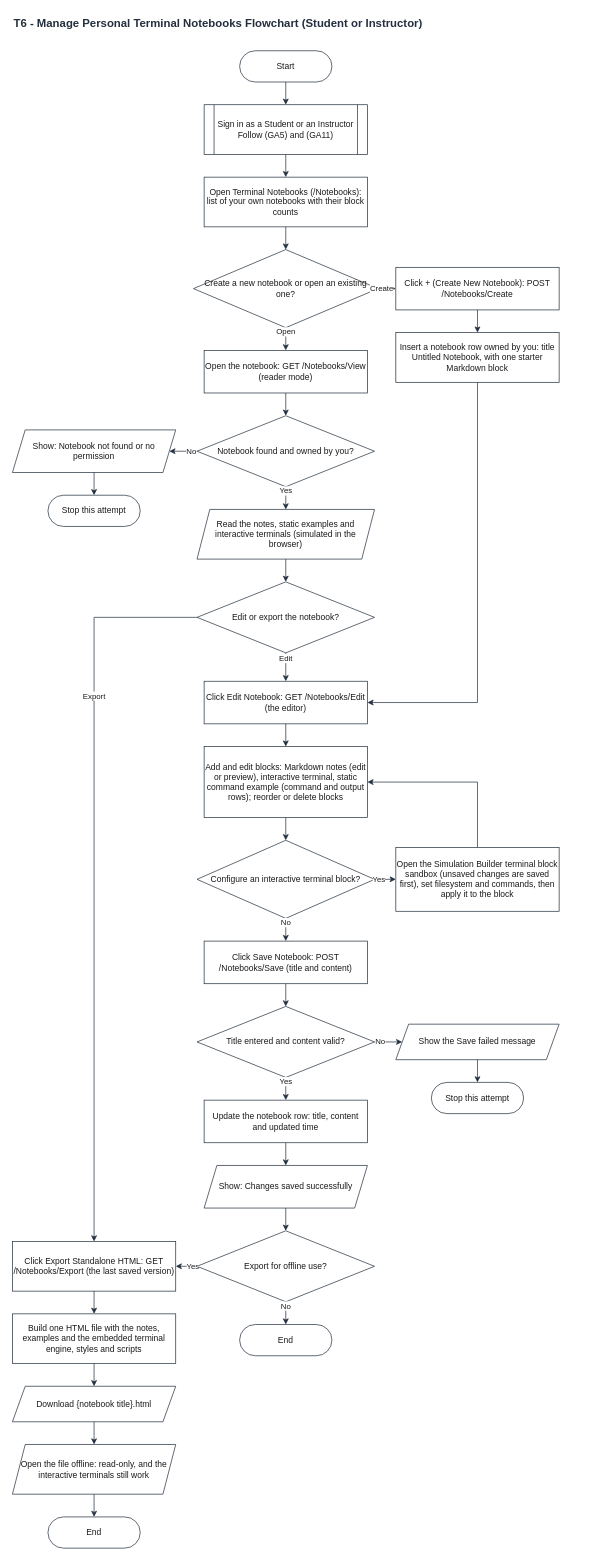
Earlier version of the draw.io diagram UML DIAGRAMS/HackAcad_Terminal_Flowcharts/HackAcad_T6_Manage_Personal_Notebooks.drawio (pikaitoh/HackAcad.Web). Source tidied: cells renumbered, new cells numbered last; positions are measured from the earlier drawing's top-left corner, leaving out a move shared by most shapes. Both pictures are drawn from the tidied source at 71%, with x=0, y=0 at pixel (12, 12).
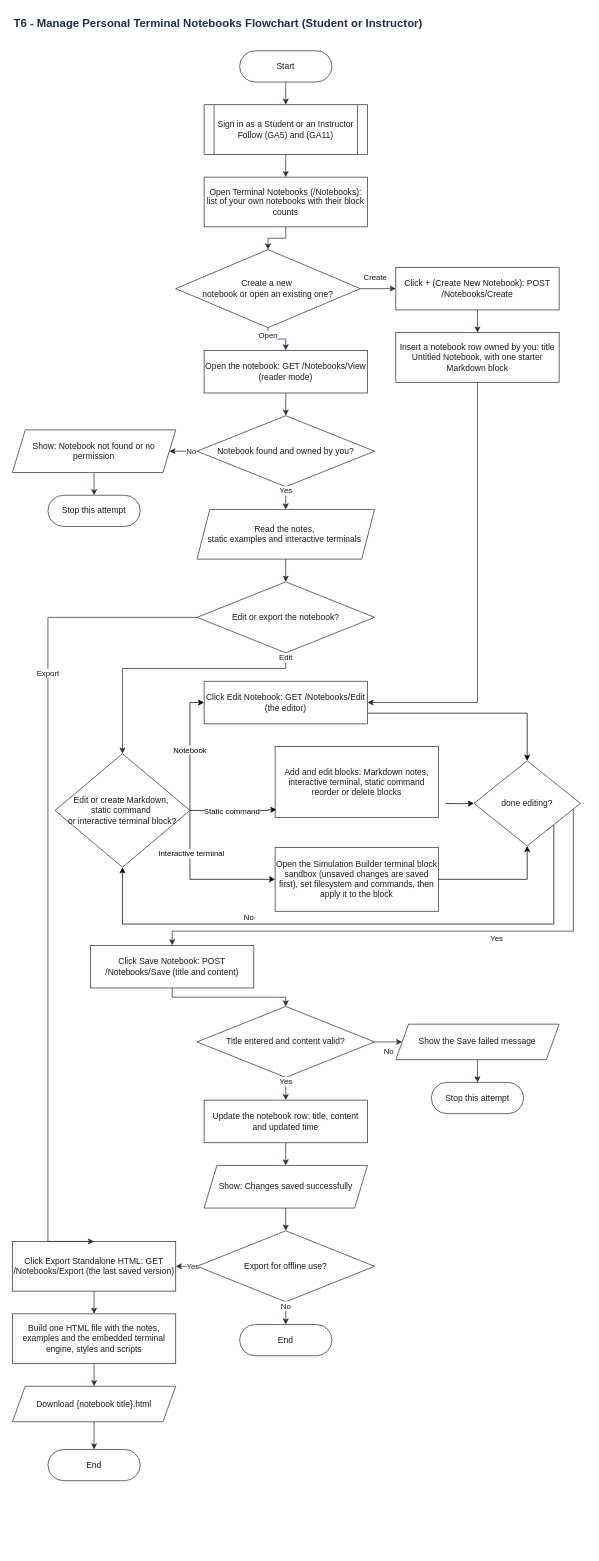
The same page after the edit.

Commit message (it also covers changes not shown here):
updated terminal flowchart

Unchanged cells that the change refers to:
```xml
<mxCell id="7" value="Click + (Create New Notebook): POST /Notebooks/Create" style="rounded=0;whiteSpace=wrap;html=1;fontFamily=Helvetica;fontSize=12;fontColor=#1A1A1A;strokeColor=#232F3E;fillColor=#FFFFFF;strokeWidth=1;" parent="1" vertex="1">
  <mxGeometry x="540" y="359" width="230" height="60" as="geometry" />
</mxCell>
<mxCell id="14" value="Edit or export the notebook?" style="rhombus;whiteSpace=wrap;html=1;fontFamily=Helvetica;fontSize=12;fontColor=#1A1A1A;strokeColor=#232F3E;fillColor=#FFFFFF;strokeWidth=1;" parent="1" vertex="1">
  <mxGeometry x="260" y="802" width="250" height="100" as="geometry" />
</mxCell>
<mxCell id="15" value="Click Edit Notebook: GET /Notebooks/Edit (the editor)" style="rounded=0;whiteSpace=wrap;html=1;fontFamily=Helvetica;fontSize=12;fontColor=#1A1A1A;strokeColor=#232F3E;fillColor=#FFFFFF;strokeWidth=1;" parent="1" vertex="1">
  <mxGeometry x="270" y="942" width="230" height="60" as="geometry" />
</mxCell>
<mxCell id="20" value="Title entered and content valid?" style="rhombus;whiteSpace=wrap;html=1;fontFamily=Helvetica;fontSize=12;fontColor=#1A1A1A;strokeColor=#232F3E;fillColor=#FFFFFF;strokeWidth=1;" parent="1" vertex="1">
  <mxGeometry x="260" y="1400" width="250" height="100" as="geometry" />
</mxCell>
<mxCell id="21" value="Show the Save failed message" style="shape=parallelogram;perimeter=parallelogramPerimeter;fixedSize=1;size=18;whiteSpace=wrap;html=1;fontFamily=Helvetica;fontSize=12;fontColor=#1A1A1A;strokeColor=#232F3E;fillColor=#FFFFFF;strokeWidth=1;" parent="1" vertex="1">
  <mxGeometry x="540" y="1425" width="230" height="50" as="geometry" />
</mxCell>
<mxCell id="27" value="Click Export Standalone HTML: GET /Notebooks/Export (the last saved version)" style="rounded=0;whiteSpace=wrap;html=1;fontFamily=Helvetica;fontSize=12;fontColor=#1A1A1A;strokeColor=#232F3E;fillColor=#FFFFFF;strokeWidth=1;" parent="1" vertex="1">
  <mxGeometry y="1731" width="230" height="70" as="geometry" />
</mxCell>
<mxCell id="29" value="Download {notebook title}.html" style="shape=parallelogram;perimeter=parallelogramPerimeter;fixedSize=1;size=18;whiteSpace=wrap;html=1;fontFamily=Helvetica;fontSize=12;fontColor=#1A1A1A;strokeColor=#232F3E;fillColor=#FFFFFF;strokeWidth=1;" parent="1" vertex="1">
  <mxGeometry y="1935" width="230" height="50" as="geometry" />
</mxCell>
```

The edit, as a diff of the source:
```diff
@@
-    <mxCell id="6" value="Create a new notebook or open an existing one?" style="rhombus;whiteSpace=wrap;html=1;fontFamily=Helvetica;fontSize=12;fontColor=#1A1A1A;strokeColor=#232F3E;fillColor=#FFFFFF;strokeWidth=1;" parent="1" vertex="1">
-      <mxGeometry x="255" y="334" width="260" height="110" as="geometry" />
+    <mxCell id="6" value="&lt;div&gt;Create a new&amp;nbsp;&lt;/div&gt;&lt;div&gt;notebook or open an existing one?&lt;/div&gt;" style="rhombus;whiteSpace=wrap;html=1;fontFamily=Helvetica;fontSize=12;fontColor=#1A1A1A;strokeColor=#232F3E;fillColor=#FFFFFF;strokeWidth=1;" parent="1" vertex="1">
+      <mxGeometry x="230" y="334" width="260" height="110" as="geometry" />
     </mxCell>
@@
-    <mxCell id="13" value="Read the notes, static examples and interactive terminals (simulated in the browser)" style="shape=parallelogram;perimeter=parallelogramPerimeter;fixedSize=1;size=18;whiteSpace=wrap;html=1;fontFamily=Helvetica;fontSize=12;fontColor=#1A1A1A;strokeColor=#232F3E;fillColor=#FFFFFF;strokeWidth=1;" parent="1" vertex="1">
+    <mxCell id="13" value="&lt;div&gt;Read the notes,&amp;nbsp;&lt;/div&gt;&lt;div&gt;static examples and interactive terminals&amp;nbsp;&lt;/div&gt;" style="shape=parallelogram;perimeter=parallelogramPerimeter;fixedSize=1;size=18;whiteSpace=wrap;html=1;fontFamily=Helvetica;fontSize=12;fontColor=#1A1A1A;strokeColor=#232F3E;fillColor=#FFFFFF;strokeWidth=1;" parent="1" vertex="1">
       <mxGeometry x="260" y="700" width="250" height="70" as="geometry" />
     </mxCell>
@@
+    <mxCell id="63" style="edgeStyle=orthogonalEdgeStyle;rounded=0;jettySize=auto;html=1;exitX=1;exitY=0.75;exitDx=0;exitDy=0;entryX=0.5;entryY=0;entryDx=0;entryDy=0;defaultLabelBackgroundColor=page;" parent="1" edge="1" source="15" target="75">
+      <mxGeometry relative="1" as="geometry" />
+    </mxCell>
@@
+    <mxCell id="64" style="edgeStyle=orthogonalEdgeStyle;rounded=0;jettySize=auto;html=1;entryX=0;entryY=0.5;entryDx=0;entryDy=0;defaultLabelBackgroundColor=page;" parent="1" edge="1" target="75">
+      <mxGeometry relative="1" as="geometry">
+        <mxPoint x="610" y="1114" as="sourcePoint" />
+      </mxGeometry>
+    </mxCell>
-    <mxCell id="16" value="Add and edit blocks: Markdown notes (edit or preview), interactive terminal, static command example (command and output rows); reorder or delete blocks" style="rounded=0;whiteSpace=wrap;html=1;fontFamily=Helvetica;fontSize=12;fontColor=#1A1A1A;strokeColor=#232F3E;fillColor=#FFFFFF;strokeWidth=1;" parent="1" vertex="1">
-      <mxGeometry x="270" y="1034" width="230" height="100" as="geometry" />
+    <mxCell id="16" value="Add and edit blocks: Markdown notes, interactive terminal, static command reorder or delete blocks" style="rounded=0;whiteSpace=wrap;html=1;fontFamily=Helvetica;fontSize=12;fontColor=#1A1A1A;strokeColor=#232F3E;fillColor=#FFFFFF;strokeWidth=1;" parent="1" vertex="1">
+      <mxGeometry x="370" y="1034" width="230" height="100" as="geometry" />
     </mxCell>
-    <mxCell id="17" value="Configure an interactive terminal block?" style="rhombus;whiteSpace=wrap;html=1;fontFamily=Helvetica;fontSize=12;fontColor=#1A1A1A;strokeColor=#232F3E;fillColor=#FFFFFF;strokeWidth=1;" parent="1" vertex="1">
-      <mxGeometry x="260" y="1166" width="250" height="110" as="geometry" />
-    </mxCell>
+    <mxCell id="65" style="edgeStyle=orthogonalEdgeStyle;rounded=0;jettySize=auto;html=1;exitX=1;exitY=0.5;exitDx=0;exitDy=0;entryX=0.5;entryY=1;entryDx=0;entryDy=0;defaultLabelBackgroundColor=page;" parent="1" edge="1" source="18" target="75">
+      <mxGeometry relative="1" as="geometry" />
+    </mxCell>
     <mxCell id="18" value="Open the Simulation Builder terminal block sandbox (unsaved changes are saved first), set filesystem and commands, then apply it to the block" style="rounded=0;whiteSpace=wrap;html=1;fontFamily=Helvetica;fontSize=12;fontColor=#1A1A1A;strokeColor=#232F3E;fillColor=#FFFFFF;strokeWidth=1;" parent="1" vertex="1">
-      <mxGeometry x="540" y="1176" width="230" height="90" as="geometry" />
+      <mxGeometry x="370" y="1176" width="230" height="90" as="geometry" />
     </mxCell>
     <mxCell id="19" value="Click Save Notebook: POST /Notebooks/Save (title and content)" style="rounded=0;whiteSpace=wrap;html=1;fontFamily=Helvetica;fontSize=12;fontColor=#1A1A1A;strokeColor=#232F3E;fillColor=#FFFFFF;strokeWidth=1;" parent="1" vertex="1">
-      <mxGeometry x="270" y="1308" width="230" height="60" as="geometry" />
+      <mxGeometry x="110" y="1314" width="230" height="60" as="geometry" />
     </mxCell>
@@
-    <mxCell id="30" value="Open the file offline: read-only, and the interactive terminals still work" style="shape=parallelogram;perimeter=parallelogramPerimeter;fixedSize=1;size=18;whiteSpace=wrap;html=1;fontFamily=Helvetica;fontSize=12;fontColor=#1A1A1A;strokeColor=#232F3E;fillColor=#FFFFFF;strokeWidth=1;" parent="1" vertex="1">
-      <mxGeometry y="2017" width="230" height="70" as="geometry" />
-    </mxCell>
     <mxCell id="31" value="End" style="rounded=1;arcSize=50;whiteSpace=wrap;html=1;fontFamily=Helvetica;fontSize=12;fontColor=#1A1A1A;strokeColor=#232F3E;fillColor=#FFFFFF;strokeWidth=1;" parent="1" vertex="1">
-      <mxGeometry x="50" y="2119" width="130" height="44" as="geometry" />
+      <mxGeometry x="50" y="2024" width="130" height="44" as="geometry" />
     </mxCell>
@@
     <mxCell id="35" value="Create" style="edgeStyle=orthogonalEdgeStyle;rounded=0;html=1;endArrow=classic;endSize=6;fontFamily=Helvetica;fontSize=11;fontColor=#1A1A1A;strokeColor=#232F3E;strokeWidth=1;labelBackgroundColor=#FFFFFF;exitX=1;exitY=0.5;exitDx=0;exitDy=0;entryX=0;entryY=0.5;entryDx=0;entryDy=0;" parent="1" edge="1" source="6" target="7">
-      <mxGeometry x="-0.6" relative="1" as="geometry" />
+      <mxGeometry x="-0.16" y="15" relative="1" as="geometry" />
     </mxCell>
@@
-    <mxCell id="43" value="Edit" style="edgeStyle=orthogonalEdgeStyle;rounded=0;html=1;endArrow=classic;endSize=6;fontFamily=Helvetica;fontSize=11;fontColor=#1A1A1A;strokeColor=#232F3E;strokeWidth=1;labelBackgroundColor=#FFFFFF;exitX=0.5;exitY=1;exitDx=0;exitDy=0;entryX=0.5;entryY=0;entryDx=0;entryDy=0;" parent="1" edge="1" source="14" target="15">
-      <mxGeometry x="-0.6" relative="1" as="geometry" />
+    <mxCell id="43" value="Edit" style="edgeStyle=orthogonalEdgeStyle;rounded=0;html=1;endArrow=classic;endSize=6;fontFamily=Helvetica;fontSize=11;fontColor=#1A1A1A;strokeColor=#232F3E;strokeWidth=1;labelBackgroundColor=#FFFFFF;exitX=0.5;exitY=1;exitDx=0;exitDy=0;" parent="1" edge="1" source="14" target="72">
+      <mxGeometry x="-0.96" relative="1" as="geometry">
+        <Array as="points">
+          <mxPoint x="385" y="924" />
+          <mxPoint x="155" y="924" />
+        </Array>
+      </mxGeometry>
     </mxCell>
@@
     <mxCell id="45" value="Export" style="edgeStyle=orthogonalEdgeStyle;rounded=0;html=1;endArrow=classic;endSize=6;fontFamily=Helvetica;fontSize=11;fontColor=#1A1A1A;strokeColor=#232F3E;strokeWidth=1;labelBackgroundColor=#FFFFFF;exitX=0;exitY=0.5;exitDx=0;exitDy=0;entryX=0.5;entryY=0;entryDx=0;entryDy=0;" parent="1" edge="1" source="14" target="27">
       <mxGeometry x="-0.5" relative="1" as="geometry">
         <Array as="points">
-          <mxPoint x="115" y="852" />
+          <mxPoint x="50" y="852" />
+          <mxPoint x="50" y="1731" />
         </Array>
       </mxGeometry>
     </mxCell>
-    <mxCell id="46" style="edgeStyle=orthogonalEdgeStyle;rounded=0;html=1;endArrow=classic;endSize=6;fontFamily=Helvetica;fontSize=11;fontColor=#1A1A1A;strokeColor=#232F3E;strokeWidth=1;labelBackgroundColor=#FFFFFF;exitX=0.5;exitY=1;exitDx=0;exitDy=0;entryX=0.5;entryY=0;entryDx=0;entryDy=0;" parent="1" edge="1" source="15" target="16">
-      <mxGeometry relative="1" as="geometry" />
-    </mxCell>
-    <mxCell id="47" style="edgeStyle=orthogonalEdgeStyle;rounded=0;html=1;endArrow=classic;endSize=6;fontFamily=Helvetica;fontSize=11;fontColor=#1A1A1A;strokeColor=#232F3E;strokeWidth=1;labelBackgroundColor=#FFFFFF;exitX=0.5;exitY=1;exitDx=0;exitDy=0;entryX=0.5;entryY=0;entryDx=0;entryDy=0;" parent="1" edge="1" source="16" target="17">
-      <mxGeometry relative="1" as="geometry" />
-    </mxCell>
-    <mxCell id="48" value="Yes" style="edgeStyle=orthogonalEdgeStyle;rounded=0;html=1;endArrow=classic;endSize=6;fontFamily=Helvetica;fontSize=11;fontColor=#1A1A1A;strokeColor=#232F3E;strokeWidth=1;labelBackgroundColor=#FFFFFF;exitX=1;exitY=0.5;exitDx=0;exitDy=0;entryX=0;entryY=0.5;entryDx=0;entryDy=0;" parent="1" edge="1" source="17" target="18">
-      <mxGeometry x="-0.6" relative="1" as="geometry" />
-    </mxCell>
-    <mxCell id="49" style="edgeStyle=orthogonalEdgeStyle;rounded=0;html=1;endArrow=classic;endSize=6;fontFamily=Helvetica;fontSize=11;fontColor=#1A1A1A;strokeColor=#232F3E;strokeWidth=1;labelBackgroundColor=#FFFFFF;exitX=0.5;exitY=0;exitDx=0;exitDy=0;entryX=1;entryY=0.5;entryDx=0;entryDy=0;" parent="1" edge="1" source="18" target="16">
-      <mxGeometry relative="1" as="geometry">
-        <Array as="points">
-          <mxPoint x="655" y="1084" />
-        </Array>
-      </mxGeometry>
-    </mxCell>
-    <mxCell id="50" value="No" style="edgeStyle=orthogonalEdgeStyle;rounded=0;html=1;endArrow=classic;endSize=6;fontFamily=Helvetica;fontSize=11;fontColor=#1A1A1A;strokeColor=#232F3E;strokeWidth=1;labelBackgroundColor=#FFFFFF;exitX=0.5;exitY=1;exitDx=0;exitDy=0;entryX=0.5;entryY=0;entryDx=0;entryDy=0;" parent="1" edge="1" source="17" target="19">
-      <mxGeometry x="-0.6" relative="1" as="geometry" />
+    <mxCell id="50" value="Yes" style="edgeStyle=orthogonalEdgeStyle;rounded=0;html=1;endArrow=classic;endSize=6;fontFamily=Helvetica;fontSize=11;fontColor=#1A1A1A;strokeColor=#232F3E;strokeWidth=1;labelBackgroundColor=#FFFFFF;exitX=1;exitY=0.5;exitDx=0;exitDy=0;entryX=0.5;entryY=0;entryDx=0;entryDy=0;" parent="1" edge="1" source="75" target="19">
+      <mxGeometry x="-0.23" y="10" relative="1" as="geometry">
+        <Array as="points">
+          <mxPoint x="790" y="1114" />
+          <mxPoint x="790" y="1294" />
+          <mxPoint x="225" y="1294" />
+        </Array>
+      </mxGeometry>
     </mxCell>
@@
     <mxCell id="52" value="No" style="edgeStyle=orthogonalEdgeStyle;rounded=0;html=1;endArrow=classic;endSize=6;fontFamily=Helvetica;fontSize=11;fontColor=#1A1A1A;strokeColor=#232F3E;strokeWidth=1;labelBackgroundColor=#FFFFFF;exitX=1;exitY=0.5;exitDx=0;exitDy=0;entryX=0;entryY=0.5;entryDx=0;entryDy=0;" parent="1" edge="1" source="20" target="21">
-      <mxGeometry x="-0.6" relative="1" as="geometry" />
+      <mxGeometry x="0.03" y="-14" relative="1" as="geometry" />
     </mxCell>
@@
-    <mxCell id="61" style="edgeStyle=orthogonalEdgeStyle;rounded=0;html=1;endArrow=classic;endSize=6;fontFamily=Helvetica;fontSize=11;fontColor=#1A1A1A;strokeColor=#232F3E;strokeWidth=1;labelBackgroundColor=#FFFFFF;exitX=0.5;exitY=1;exitDx=0;exitDy=0;entryX=0.5;entryY=0;entryDx=0;entryDy=0;" parent="1" edge="1" source="29" target="30">
-      <mxGeometry relative="1" as="geometry" />
-    </mxCell>
-    <mxCell id="62" style="edgeStyle=orthogonalEdgeStyle;rounded=0;html=1;endArrow=classic;endSize=6;fontFamily=Helvetica;fontSize=11;fontColor=#1A1A1A;strokeColor=#232F3E;strokeWidth=1;labelBackgroundColor=#FFFFFF;exitX=0.5;exitY=1;exitDx=0;exitDy=0;entryX=0.5;entryY=0;entryDx=0;entryDy=0;" parent="1" edge="1" source="30" target="31">
+    <mxCell id="62" style="edgeStyle=orthogonalEdgeStyle;rounded=0;html=1;endArrow=classic;endSize=6;fontFamily=Helvetica;fontSize=11;fontColor=#1A1A1A;strokeColor=#232F3E;strokeWidth=1;labelBackgroundColor=#FFFFFF;exitX=0.5;exitY=1;exitDx=0;exitDy=0;entryX=0.5;entryY=0;entryDx=0;entryDy=0;" parent="1" edge="1" source="29" target="31">
       <mxGeometry relative="1" as="geometry" />
     </mxCell>
+    <mxCell id="66" style="edgeStyle=orthogonalEdgeStyle;rounded=0;jettySize=auto;html=1;exitX=1;exitY=0.5;exitDx=0;exitDy=0;entryX=0;entryY=0.5;entryDx=0;entryDy=0;defaultLabelBackgroundColor=page;" parent="1" edge="1" source="72" target="15">
+      <mxGeometry relative="1" as="geometry">
+        <Array as="points">
+          <mxPoint x="250" y="972" />
+        </Array>
+      </mxGeometry>
+    </mxCell>
+    <mxCell id="67" value="Notebook" style="edgeLabel;html=1;align=center;verticalAlign=middle;inheritText=1;defaultLabelBackgroundColor=page;" parent="66" vertex="1">
+      <mxGeometry y="1" relative="1" as="geometry" />
+    </mxCell>
+    <mxCell id="68" style="edgeStyle=orthogonalEdgeStyle;rounded=0;jettySize=auto;html=1;entryX=0.008;entryY=0.89;entryDx=0;entryDy=0;defaultLabelBackgroundColor=page;exitX=1;exitY=0.5;exitDx=0;exitDy=0;entryPerimeter=0;" parent="1" edge="1" source="72" target="16">
+      <mxGeometry x="0.67" relative="1" as="geometry">
+        <Array as="points">
+          <mxPoint x="360" y="1124" />
+          <mxPoint x="360" y="1123" />
+        </Array>
+      </mxGeometry>
+    </mxCell>
+    <mxCell id="69" value="Static command" style="edgeLabel;html=1;align=center;verticalAlign=middle;inheritText=1;defaultLabelBackgroundColor=page;" parent="68" vertex="1">
+      <mxGeometry x="0.56" relative="1" as="geometry">
+        <mxPoint x="-38" as="offset" />
+      </mxGeometry>
+    </mxCell>
+    <mxCell id="70" style="edgeStyle=orthogonalEdgeStyle;rounded=0;jettySize=auto;html=1;exitX=1;exitY=0.5;exitDx=0;exitDy=0;defaultLabelBackgroundColor=page;entryX=0;entryY=0.5;entryDx=0;entryDy=0;" parent="1" edge="1" source="72" target="18">
+      <mxGeometry x="-0.5" relative="1" as="geometry">
+        <Array as="points">
+          <mxPoint x="250" y="1221" />
+        </Array>
+      </mxGeometry>
+    </mxCell>
+    <mxCell id="71" value="Interactive terminal" style="edgeLabel;html=1;align=center;verticalAlign=middle;inheritText=1;defaultLabelBackgroundColor=page;" parent="70" vertex="1">
+      <mxGeometry x="-0.45" y="1" relative="1" as="geometry" />
+    </mxCell>
+    <mxCell id="72" value="&lt;div&gt;Edit or create Markdown,&amp;nbsp;&lt;/div&gt;&lt;div&gt;static command&amp;nbsp;&lt;/div&gt;&lt;div&gt;or interactive terminal block?&lt;/div&gt;" style="rhombus;whiteSpace=wrap;html=1;fontFamily=Helvetica;fontSize=12;fontColor=#1A1A1A;strokeColor=#232F3E;fillColor=#FFFFFF;strokeWidth=1;" parent="1" vertex="1">
+      <mxGeometry x="60" y="1044" width="190" height="160" as="geometry" />
+    </mxCell>
+    <mxCell id="73" style="edgeStyle=orthogonalEdgeStyle;rounded=0;jettySize=auto;html=1;exitX=1;exitY=1;exitDx=0;exitDy=0;entryX=0.5;entryY=1;entryDx=0;entryDy=0;defaultLabelBackgroundColor=page;" parent="1" edge="1" source="75" target="72">
+      <mxGeometry relative="1" as="geometry">
+        <Array as="points">
+          <mxPoint x="762.5" y="1284" />
+          <mxPoint x="155" y="1284" />
+        </Array>
+      </mxGeometry>
+    </mxCell>
+    <mxCell id="74" value="No" style="edgeLabel;html=1;align=center;verticalAlign=middle;inheritText=1;defaultLabelBackgroundColor=page;" parent="73" vertex="1">
+      <mxGeometry x="0.38" relative="1" as="geometry">
+        <mxPoint x="1" y="-10" as="offset" />
+      </mxGeometry>
+    </mxCell>
+    <mxCell id="75" value="done editing?" style="rhombus;whiteSpace=wrap;html=1;fontFamily=Helvetica;fontSize=12;fontColor=#1A1A1A;strokeColor=#232F3E;fillColor=#FFFFFF;strokeWidth=1;" parent="1" vertex="1">
+      <mxGeometry x="650" y="1054" width="150" height="120" as="geometry" />
+    </mxCell>
```
